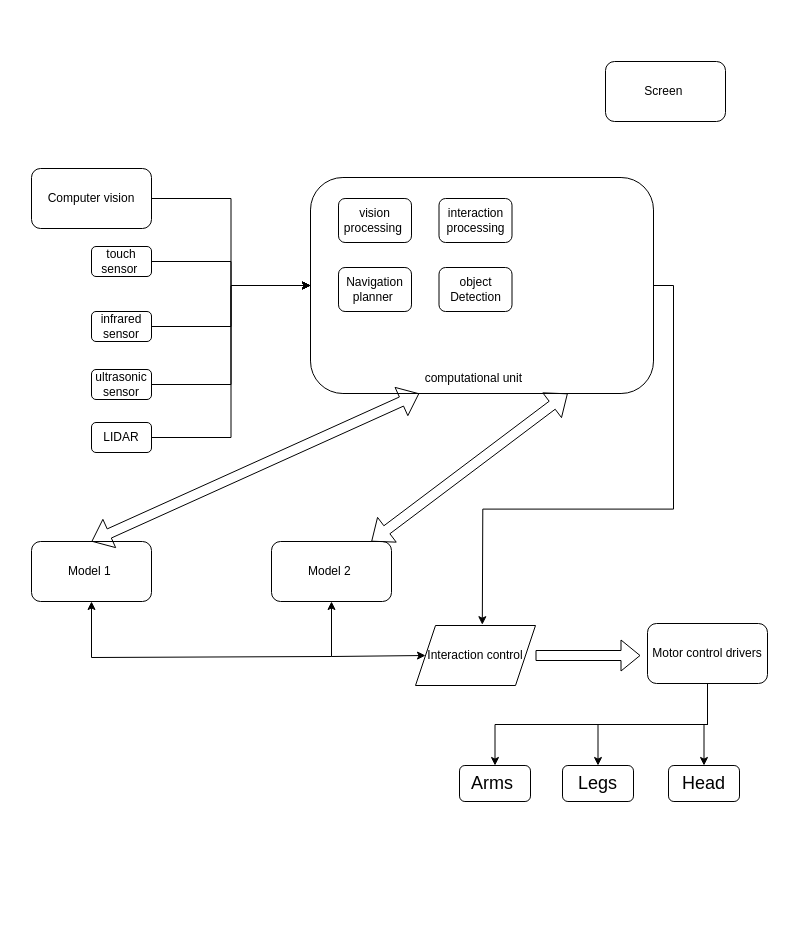
The draw.io diagram Ai humanoid.drawio in kingsmen732/etc, before the edit. Source tidied: cells renumbered, new cells numbered last; positions are measured from the earlier drawing's top-left corner, leaving out a move shared by most shapes. Both pictures are drawn from the tidied source at 100%, with x=0, y=0 at pixel (31, 61).
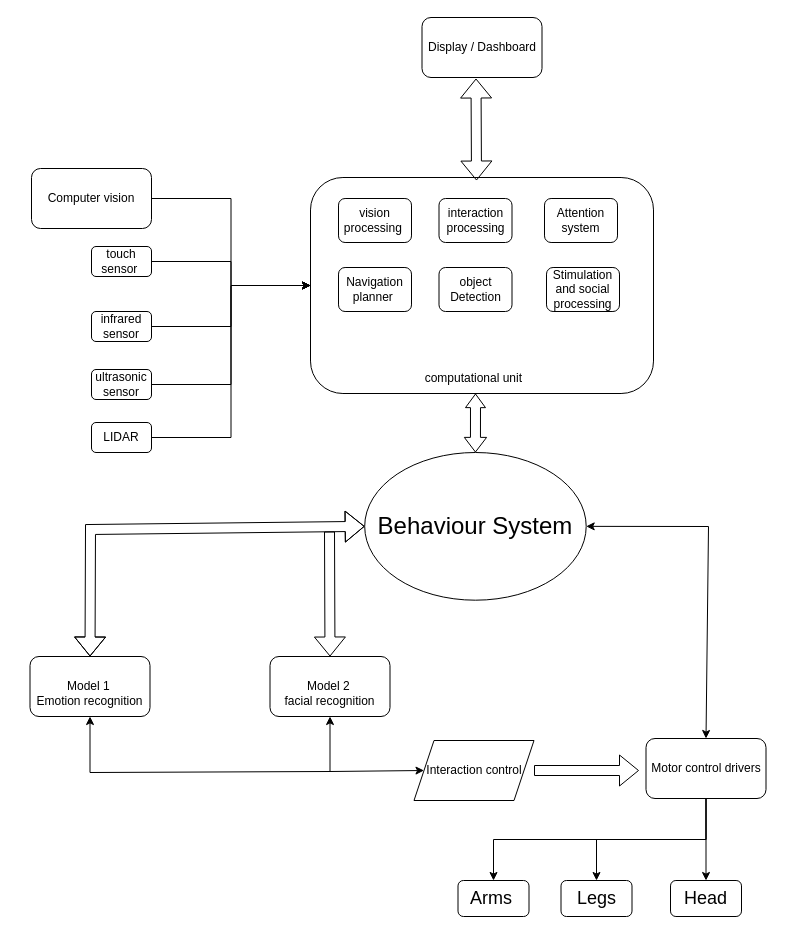
Above is the later version.

Unchanged cells that the change refers to:
```xml
<mxCell id="9" style="rounded=1;whiteSpace=wrap;html=1;" parent="1" vertex="1">
  <mxGeometry x="279" y="116" width="343" height="216" as="geometry" />
</mxCell>
<mxCell id="20" value="computational unit&amp;nbsp;" style="text;html=1;align=center;verticalAlign=middle;whiteSpace=wrap;rounded=0;" parent="1" vertex="1">
  <mxGeometry x="362" y="302" width="164" height="30" as="geometry" />
</mxCell>
```

The edit, as a diff of the source:
```diff
@@
     <mxCell id="4" value="Model 1&amp;nbsp;" style="rounded=1;whiteSpace=wrap;html=1;" parent="1" vertex="1">
-      <mxGeometry y="480" width="120" height="60" as="geometry" />
+      <mxGeometry x="-1.5" y="595" width="120" height="60" as="geometry" />
     </mxCell>
     <mxCell id="5" value="Model 2&amp;nbsp;" style="rounded=1;whiteSpace=wrap;html=1;" parent="1" vertex="1">
-      <mxGeometry x="240" y="480" width="120" height="60" as="geometry" />
+      <mxGeometry x="238.5" y="595" width="120" height="60" as="geometry" />
     </mxCell>
@@
-    <mxCell id="8" style="edgeStyle=orthogonalEdgeStyle;rounded=0;jettySize=auto;html=1;exitX=1;exitY=0.5;exitDx=0;exitDy=0;" parent="1" edge="1" source="9">
-      <mxGeometry relative="1" as="geometry">
-        <mxPoint x="450.8" y="563.2" as="targetPoint" />
-      </mxGeometry>
-    </mxCell>
@@
     <mxCell id="17" value="Motor control drivers" style="rounded=1;whiteSpace=wrap;html=1;" parent="1" vertex="1">
-      <mxGeometry x="616" y="562" width="120" height="60" as="geometry" />
+      <mxGeometry x="614.5" y="677" width="120" height="60" as="geometry" />
     </mxCell>
-    <mxCell id="18" style="shape=flexArrow;endArrow=classic;startArrow=classic;html=1;rounded=0;entryX=0.75;entryY=1;entryDx=0;entryDy=0;" parent="1" edge="1" source="5" target="9">
-      <mxGeometry relative="1" as="geometry" />
-    </mxCell>
-    <mxCell id="19" style="shape=flexArrow;endArrow=classic;startArrow=classic;html=1;rounded=0;entryX=0.317;entryY=1;entryDx=0;entryDy=0;entryPerimeter=0;exitX=0.5;exitY=0;exitDx=0;exitDy=0;" parent="1" edge="1" source="4" target="9">
-      <mxGeometry relative="1" as="geometry" />
-    </mxCell>
@@
     <mxCell id="26" value="&lt;font style=&quot;font-size: 18px;&quot;&gt;Arms&amp;nbsp;&lt;/font&gt;" style="rounded=1;whiteSpace=wrap;html=1;" parent="1" vertex="1">
-      <mxGeometry x="428" y="704" width="71" height="36" as="geometry" />
+      <mxGeometry x="426.5" y="819" width="71" height="36" as="geometry" />
     </mxCell>
     <mxCell id="27" value="&lt;span style=&quot;font-size: 18px;&quot;&gt;Legs&lt;/span&gt;" style="rounded=1;whiteSpace=wrap;html=1;" parent="1" vertex="1">
-      <mxGeometry x="531" y="704" width="71" height="36" as="geometry" />
+      <mxGeometry x="529.5" y="819" width="71" height="36" as="geometry" />
     </mxCell>
     <mxCell id="28" value="&lt;span style=&quot;font-size: 18px;&quot;&gt;Head&lt;/span&gt;" style="rounded=1;whiteSpace=wrap;html=1;" parent="1" vertex="1">
-      <mxGeometry x="637" y="704" width="71" height="36" as="geometry" />
+      <mxGeometry x="639" y="819" width="71" height="36" as="geometry" />
     </mxCell>
@@
     <mxCell id="30" value="Interaction control" style="shape=parallelogram;perimeter=parallelogramPerimeter;whiteSpace=wrap;html=1;fixedSize=1;" parent="1" vertex="1">
-      <mxGeometry x="384" y="564" width="120" height="60" as="geometry" />
+      <mxGeometry x="382.5" y="679" width="120" height="60" as="geometry" />
     </mxCell>
     <mxCell id="31" style="endArrow=classic;startArrow=classic;html=1;rounded=0;entryX=0;entryY=0.5;entryDx=0;entryDy=0;exitX=0.5;exitY=1;exitDx=0;exitDy=0;" parent="1" edge="1" source="5" target="30">
       <mxGeometry relative="1" as="geometry">
         <Array as="points">
-          <mxPoint x="300" y="595" />
+          <mxPoint x="298.5" y="710" />
         </Array>
       </mxGeometry>
     </mxCell>
     <mxCell id="32" style="endArrow=classic;html=1;rounded=0;entryX=0.5;entryY=1;entryDx=0;entryDy=0;" parent="1" edge="1" target="4">
       <mxGeometry relative="1" as="geometry">
-        <mxPoint x="300" y="595" as="sourcePoint" />
+        <mxPoint x="298.5" y="710" as="sourcePoint" />
         <Array as="points">
-          <mxPoint x="60" y="596" />
+          <mxPoint x="58.5" y="711" />
         </Array>
       </mxGeometry>
     </mxCell>
     <mxCell id="33" style="shape=flexArrow;endArrow=classic;html=1;rounded=0;" parent="1" edge="1">
       <mxGeometry relative="1" as="geometry">
-        <mxPoint x="504" y="594" as="sourcePoint" />
-        <mxPoint x="609" y="594" as="targetPoint" />
+        <mxPoint x="502.5" y="709" as="sourcePoint" />
+        <mxPoint x="607.5" y="709" as="targetPoint" />
       </mxGeometry>
     </mxCell>
-    <mxCell id="34" value="Screen&amp;nbsp;" style="rounded=1;whiteSpace=wrap;html=1;" parent="1" vertex="1">
-      <mxGeometry x="574" width="120" height="60" as="geometry" />
+    <mxCell id="34" value="Display / Dashboard" style="rounded=1;whiteSpace=wrap;html=1;" parent="1" vertex="1">
+      <mxGeometry x="390.5" y="-44" width="120" height="60" as="geometry" />
     </mxCell>
+    <mxCell id="35" value="Emotion recognition" style="text;html=1;align=center;verticalAlign=middle;whiteSpace=wrap;rounded=0;" parent="1" vertex="1">
+      <mxGeometry x="-14" y="625" width="145" height="30" as="geometry" />
+    </mxCell>
+    <mxCell id="36" value="facial recognition" style="text;html=1;align=center;verticalAlign=middle;whiteSpace=wrap;rounded=0;" parent="1" vertex="1">
+      <mxGeometry x="226" y="625" width="145" height="30" as="geometry" />
+    </mxCell>
+    <mxCell id="37" value="Attention system" style="rounded=1;whiteSpace=wrap;html=1;" parent="1" vertex="1">
+      <mxGeometry x="513" y="137" width="73" height="44" as="geometry" />
+    </mxCell>
+    <mxCell id="38" value="Stimulation and social processing" style="rounded=1;whiteSpace=wrap;html=1;" parent="1" vertex="1">
+      <mxGeometry x="515" y="206" width="73" height="44" as="geometry" />
+    </mxCell>
+    <mxCell id="39" style="shape=flexArrow;endArrow=classic;startArrow=classic;html=1;rounded=0;entryX=0.45;entryY=1.017;entryDx=0;entryDy=0;entryPerimeter=0;exitX=0.484;exitY=0.014;exitDx=0;exitDy=0;exitPerimeter=0;" parent="1" edge="1" source="9" target="34">
+      <mxGeometry relative="1" as="geometry" />
+    </mxCell>
+    <mxCell id="40" value="&lt;font style=&quot;font-size: 24px;&quot;&gt;Behaviour System&lt;/font&gt;" style="ellipse;whiteSpace=wrap;html=1;" parent="1" vertex="1">
+      <mxGeometry x="333.2" y="391" width="221.5" height="147.7" as="geometry" />
+    </mxCell>
+    <mxCell id="41" style="shape=flexArrow;endArrow=classic;startArrow=classic;html=1;rounded=0;entryX=0;entryY=0.5;entryDx=0;entryDy=0;exitX=0.5;exitY=0;exitDx=0;exitDy=0;" parent="1" edge="1" source="4" target="40">
+      <mxGeometry relative="1" as="geometry">
+        <Array as="points">
+          <mxPoint x="59" y="468" />
+        </Array>
+      </mxGeometry>
+    </mxCell>
+    <mxCell id="42" style="shape=flexArrow;endArrow=classic;html=1;rounded=0;entryX=0.5;entryY=0;entryDx=0;entryDy=0;" parent="1" edge="1" target="5">
+      <mxGeometry relative="1" as="geometry">
+        <mxPoint x="298" y="470" as="sourcePoint" />
+      </mxGeometry>
+    </mxCell>
+    <mxCell id="43" style="shape=flexArrow;endArrow=classic;startArrow=classic;html=1;rounded=0;entryX=0.5;entryY=1;entryDx=0;entryDy=0;exitX=0.5;exitY=0;exitDx=0;exitDy=0;endWidth=9.032258064516128;endSize=4.2145161290322575;startWidth=11.29032258064516;startSize=4.537096774193548;" parent="1" edge="1" source="40" target="20">
+      <mxGeometry relative="1" as="geometry" />
+    </mxCell>
+    <mxCell id="44" style="endArrow=classic;startArrow=classic;html=1;rounded=0;entryX=1;entryY=0.5;entryDx=0;entryDy=0;exitX=0.5;exitY=0;exitDx=0;exitDy=0;" parent="1" edge="1" source="17" target="40">
+      <mxGeometry relative="1" as="geometry">
+        <Array as="points">
+          <mxPoint x="677" y="465" />
+        </Array>
+      </mxGeometry>
+    </mxCell>
```
